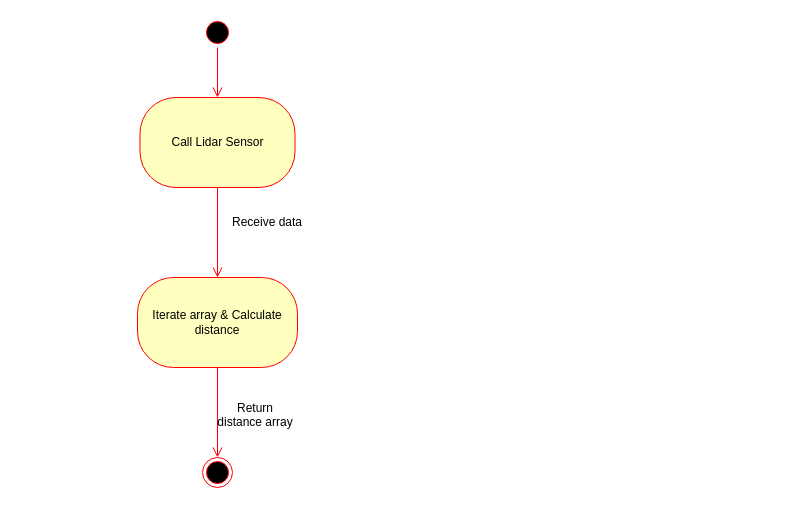
Before: SDD/ObjectDetectionStatechart.drawio in mead-d/Modeling-Unmanned-Aerial-Swarms-Using-Unreal-Game-Engine-and-AirSim-Simulator, a draw.io diagram. Source tidied: cells renumbered, new cells numbered last; positions are measured from the earlier drawing's top-left corner, leaving out a move shared by most shapes. Both pictures are drawn from the tidied source at 100%, with x=0, y=0 at pixel (137, 17).
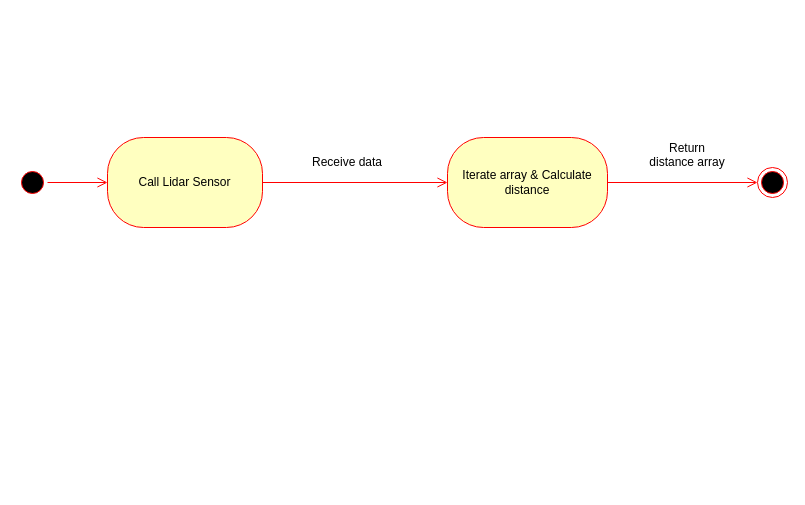
After the change.

The edit, as a diff of the source:
```diff
@@
 <mxGraphModel>
   <root>
     <mxCell id="0" />
     <mxCell id="1" parent="0" />
     <mxCell id="2" style="ellipse;html=1;shape=startState;fillColor=#000000;strokeColor=#ff0000;" parent="1" vertex="1">
-      <mxGeometry x="65" width="30" height="30" as="geometry" />
+      <mxGeometry x="-120" y="150" width="30" height="30" as="geometry" />
     </mxCell>
-    <mxCell id="3" style="edgeStyle=orthogonalEdgeStyle;html=1;verticalAlign=bottom;endArrow=open;endSize=8;strokeColor=#ff0000;rounded=0;entryX=0.5;entryY=0;entryDx=0;entryDy=0;" parent="1" edge="1" source="2" target="4">
+    <mxCell id="3" style="edgeStyle=orthogonalEdgeStyle;html=1;verticalAlign=bottom;endArrow=open;endSize=8;strokeColor=#ff0000;rounded=0;entryX=0;entryY=0.5;entryDx=0;entryDy=0;exitX=1;exitY=0.5;exitDx=0;exitDy=0;" parent="1" edge="1" source="2" target="4">
       <mxGeometry relative="1" as="geometry" />
     </mxCell>
     <mxCell id="4" value="Call Lidar Sensor " style="rounded=1;whiteSpace=wrap;html=1;arcSize=40;fontColor=#000000;fillColor=#ffffc0;strokeColor=#ff0000;" parent="1" vertex="1">
-      <mxGeometry x="2.5" y="80" width="155" height="90" as="geometry" />
+      <mxGeometry x="-30" y="120" width="155" height="90" as="geometry" />
     </mxCell>
-    <mxCell id="5" style="edgeStyle=orthogonalEdgeStyle;html=1;verticalAlign=bottom;endArrow=open;endSize=8;strokeColor=#ff0000;rounded=0;entryX=0.5;entryY=0;entryDx=0;entryDy=0;" parent="1" edge="1" source="4" target="6">
+    <mxCell id="5" style="edgeStyle=orthogonalEdgeStyle;html=1;verticalAlign=bottom;endArrow=open;endSize=8;strokeColor=#ff0000;rounded=0;entryX=0;entryY=0.5;entryDx=0;entryDy=0;exitX=1;exitY=0.5;exitDx=0;exitDy=0;" parent="1" edge="1" source="4" target="6">
       <mxGeometry relative="1" as="geometry" />
     </mxCell>
     <mxCell id="6" value="Iterate array &amp;amp; Calculate distance" style="rounded=1;whiteSpace=wrap;html=1;arcSize=40;fontColor=#000000;fillColor=#ffffc0;strokeColor=#ff0000;" parent="1" vertex="1">
-      <mxGeometry y="260" width="160" height="90" as="geometry" />
+      <mxGeometry x="310" y="120" width="160" height="90" as="geometry" />
     </mxCell>
-    <mxCell id="7" style="edgeStyle=orthogonalEdgeStyle;html=1;verticalAlign=bottom;endArrow=open;endSize=8;strokeColor=#ff0000;rounded=0;entryX=0.5;entryY=0;entryDx=0;entryDy=0;" parent="1" edge="1" source="6" target="9">
+    <mxCell id="7" style="edgeStyle=orthogonalEdgeStyle;html=1;verticalAlign=bottom;endArrow=open;endSize=8;strokeColor=#ff0000;rounded=0;entryX=0;entryY=0.5;entryDx=0;entryDy=0;exitX=1;exitY=0.5;exitDx=0;exitDy=0;" parent="1" edge="1" source="6" target="9">
       <mxGeometry relative="1" as="geometry" />
     </mxCell>
     <mxCell id="8" value="&lt;div&gt;Receive data&lt;/div&gt;" style="text;html=1;strokeColor=none;fillColor=none;align=center;verticalAlign=middle;whiteSpace=wrap;rounded=0;" parent="1" vertex="1">
-      <mxGeometry x="80" y="190" width="100" height="30" as="geometry" />
+      <mxGeometry x="160" y="130" width="100" height="30" as="geometry" />
     </mxCell>
     <mxCell id="9" style="ellipse;html=1;shape=endState;fillColor=#000000;strokeColor=#ff0000;" parent="1" vertex="1">
-      <mxGeometry x="65" y="440" width="30" height="30" as="geometry" />
+      <mxGeometry x="620" y="150" width="30" height="30" as="geometry" />
     </mxCell>
     <mxCell id="10" value="&lt;div&gt;Return distance array&lt;/div&gt;&lt;div&gt;&lt;br&gt;&lt;/div&gt;" style="text;html=1;strokeColor=none;fillColor=none;align=center;verticalAlign=middle;whiteSpace=wrap;rounded=0;" parent="1" vertex="1">
-      <mxGeometry x="77.5" y="390" width="80" height="30" as="geometry" />
+      <mxGeometry x="510" y="130" width="80" height="30" as="geometry" />
     </mxCell>
   </root>
 </mxGraphModel>
```
